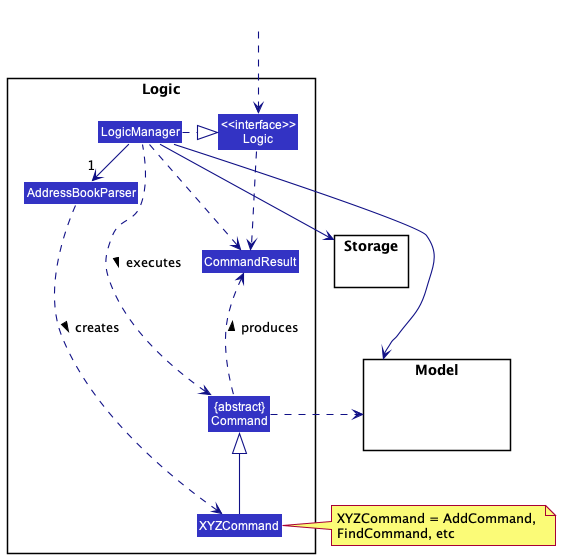
Above: docs/images/LogicClassDiagram.png in nus-cs2103-AY2223S2/tp (PlantUML), before the change.
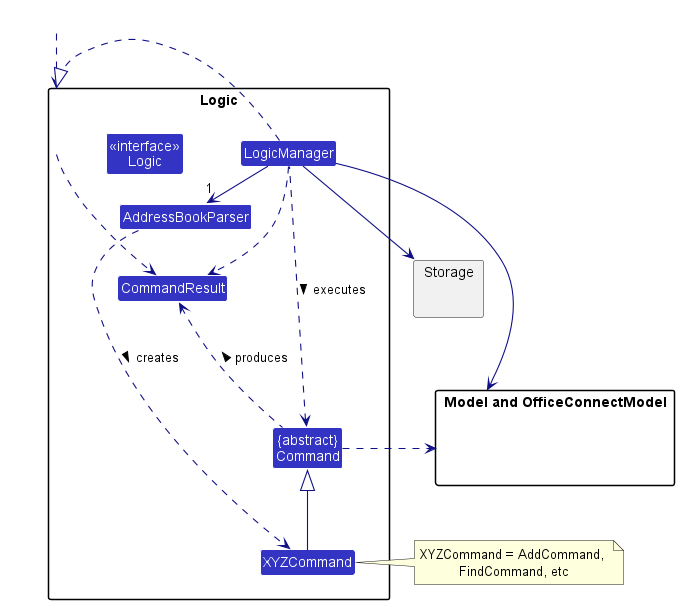
The same file after the commit.

Commit message:
Update OfficeConnectModel and Storage DG section

Diff of the diagram source:
```diff
@@ -16,7 +16,7 @@
 Class LogicManager
 }
 
-package Model{
+package "Model and OfficeConnectModel" as Model{
 Class HiddenModel #FFFFFF
 }
 
```
